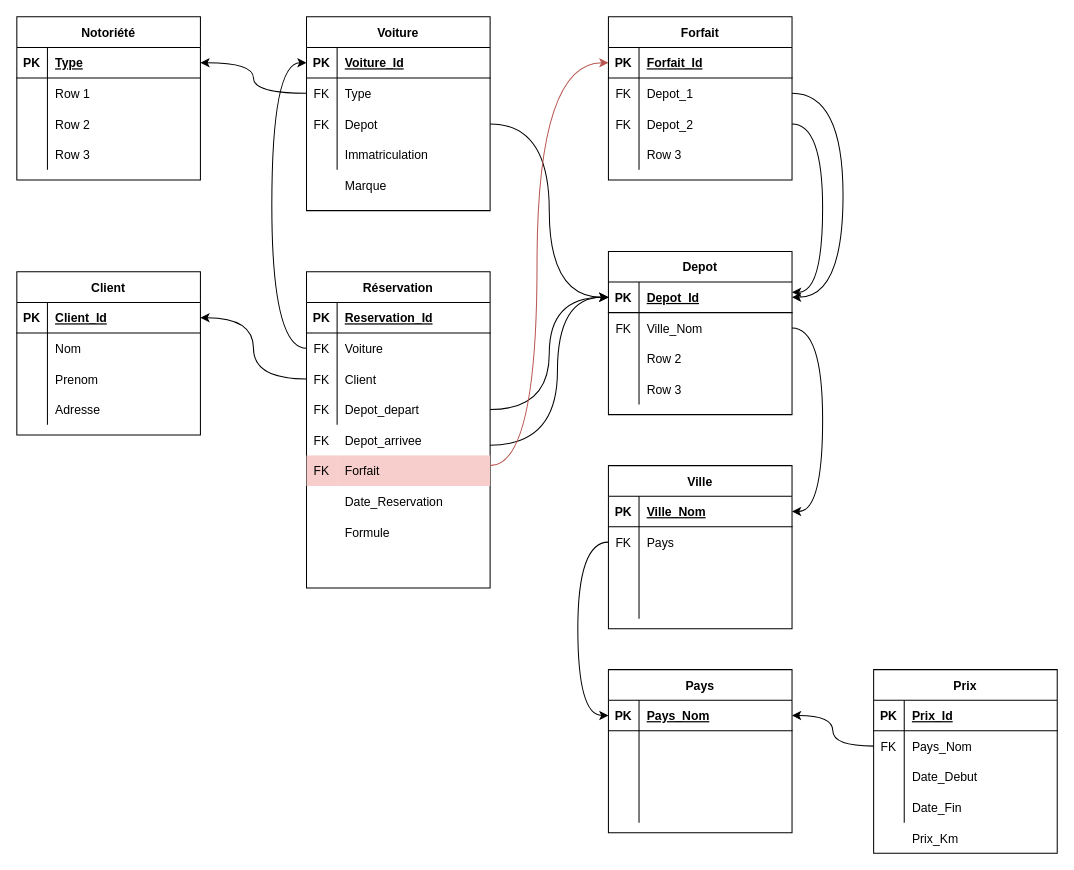
Before: Projet_Schema-relationnel.drawio in Djounna/Projet_developpement_RentACar, a draw.io diagram. Source tidied: cells renumbered, new cells numbered last; positions are measured from the earlier drawing's top-left corner, leaving out a move shared by most shapes. Both pictures are drawn from the tidied source at 102%, with x=0, y=0 at pixel (16, 16).
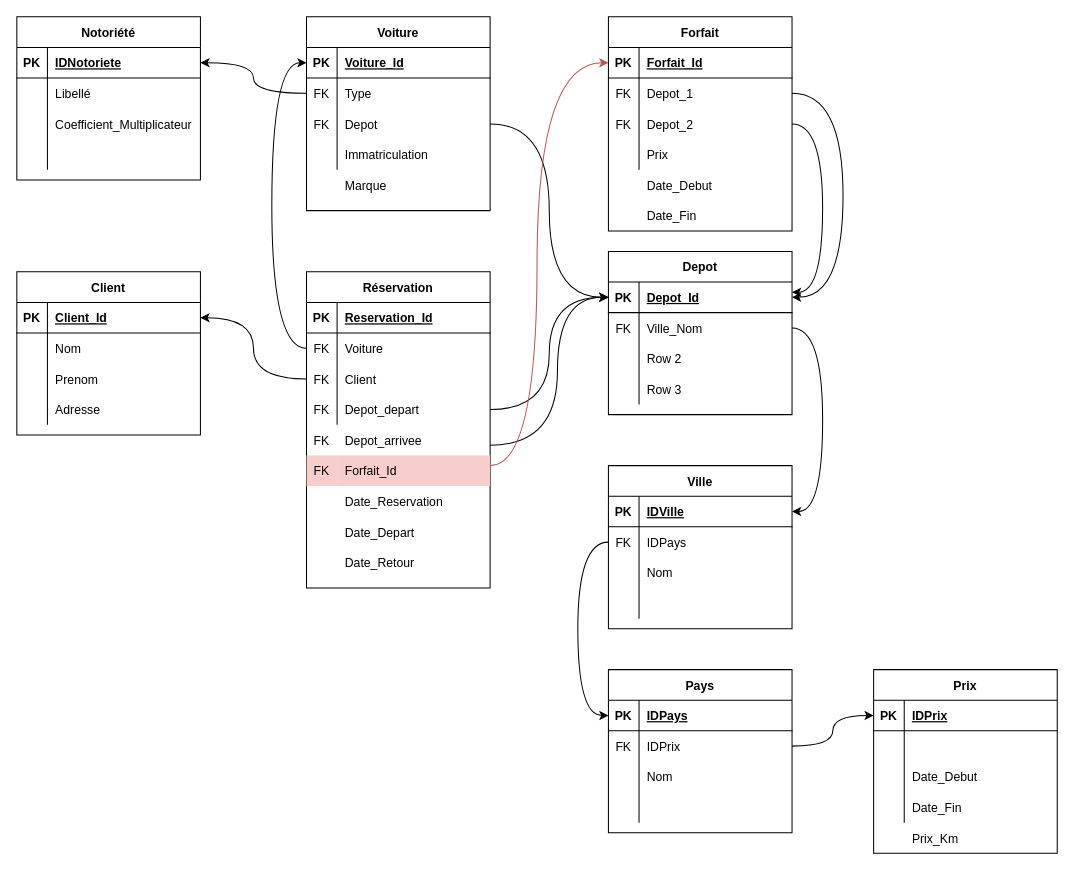
After the change.

Commit message:
modif Schema relationnel

Unchanged cells that the change refers to:
```xml
<mxCell id="3" style="shape=partialRectangle;fillColor=none;top=0;left=0;bottom=1;right=0;points=[[0,0.5],[1,0.5]];portConstraint=eastwest;" parent="2" vertex="1">
  <mxGeometry y="30" width="180" height="30" as="geometry" />
</mxCell>
<mxCell id="6" style="shape=partialRectangle;fillColor=none;top=0;left=0;bottom=0;right=0;" parent="2" vertex="1">
  <mxGeometry y="60" width="180" height="30" as="geometry" />
</mxCell>
<mxCell id="9" style="shape=partialRectangle;fillColor=none;top=0;left=0;bottom=0;right=0;" parent="2" vertex="1">
  <mxGeometry y="90" width="180" height="30" as="geometry" />
</mxCell>
<mxCell id="12" style="shape=partialRectangle;fillColor=none;top=0;left=0;bottom=0;right=0;" parent="2" vertex="1">
  <mxGeometry y="120" width="180" height="30" as="geometry" />
</mxCell>
<mxCell id="74" style="shape=partialRectangle;fillColor=none;top=0;left=0;bottom=1;right=0;points=[[0,0.5],[1,0.5]];portConstraint=eastwest;" parent="73" vertex="1">
  <mxGeometry y="30" width="180" height="30" as="geometry" />
</mxCell>
<mxCell id="77" style="shape=partialRectangle;fillColor=none;top=0;left=0;bottom=0;right=0;points=[[0,0.5],[1,0.5]];portConstraint=eastwest;" parent="73" vertex="1">
  <mxGeometry y="60" width="180" height="30" as="geometry" />
</mxCell>
<mxCell id="87" style="shape=partialRectangle;fillColor=none;top=0;left=0;bottom=1;right=0;points=[[0,0.5],[1,0.5]];portConstraint=eastwest;" parent="86" vertex="1">
  <mxGeometry y="30" width="180" height="30" as="geometry" />
</mxCell>
<mxCell id="90" style="shape=partialRectangle;fillColor=none;top=0;left=0;bottom=0;right=0;points=[[0,0.5],[1,0.5]];portConstraint=eastwest;" parent="86" vertex="1">
  <mxGeometry y="60" width="180" height="30" as="geometry" />
</mxCell>
<mxCell id="100" style="shape=partialRectangle;fillColor=none;top=0;left=0;bottom=1;right=0;points=[[0,0.5],[1,0.5]];portConstraint=eastwest;" parent="99" vertex="1">
  <mxGeometry y="30" width="180" height="30" as="geometry" />
</mxCell>
<mxCell id="103" style="shape=partialRectangle;fillColor=none;top=0;left=0;bottom=0;right=0;points=[[0,0.5],[1,0.5]];portConstraint=eastwest;" parent="99" vertex="1">
  <mxGeometry y="60" width="180" height="30" as="geometry" />
</mxCell>
<mxCell id="126" style="shape=partialRectangle;fillColor=none;top=0;left=0;bottom=0;right=0;" parent="116" vertex="1">
  <mxGeometry y="120" width="180" height="30" as="geometry" />
</mxCell>
```

What changed in the source:
```diff
@@
-    <mxCell id="5" value="Type" style="shape=partialRectangle;fillColor=none;top=0;left=0;bottom=0;right=0;align=left;spacingLeft=6;fontStyle=5;overflow=hidden;" parent="3" vertex="1">
+    <mxCell id="5" value="IDNotoriete" style="shape=partialRectangle;fillColor=none;top=0;left=0;bottom=0;right=0;align=left;spacingLeft=6;fontStyle=5;overflow=hidden;" parent="3" vertex="1">
       <mxGeometry x="30" width="150" height="30" as="geometry" />
     </mxCell>
@@
-    <mxCell id="8" value="Row 1" style="shape=partialRectangle;fillColor=none;top=0;left=0;bottom=0;right=0;align=left;spacingLeft=6;overflow=hidden;" parent="6" vertex="1">
+    <mxCell id="8" value="Libellé" style="shape=partialRectangle;fillColor=none;top=0;left=0;bottom=0;right=0;align=left;spacingLeft=6;overflow=hidden;" parent="6" vertex="1">
       <mxGeometry x="30" width="150" height="30" as="geometry" />
     </mxCell>
@@
-    <mxCell id="11" value="Row 2" style="shape=partialRectangle;fillColor=none;top=0;left=0;bottom=0;right=0;align=left;spacingLeft=6;overflow=hidden;" parent="9" vertex="1">
+    <mxCell id="11" value="Coefficient_Multiplicateur" style="shape=partialRectangle;fillColor=none;top=0;left=0;bottom=0;right=0;align=left;spacingLeft=6;overflow=hidden;" parent="9" vertex="1">
       <mxGeometry x="30" width="150" height="30" as="geometry" />
     </mxCell>
@@
-    <mxCell id="14" value="Row 3" style="shape=partialRectangle;fillColor=none;top=0;left=0;bottom=0;right=0;align=left;spacingLeft=6;overflow=hidden;" parent="12" vertex="1">
+    <mxCell id="14" style="shape=partialRectangle;fillColor=none;top=0;left=0;bottom=0;right=0;align=left;spacingLeft=6;overflow=hidden;" parent="12" vertex="1">
       <mxGeometry x="30" width="150" height="30" as="geometry" />
     </mxCell>
@@
-    <mxCell id="70" value="Forfait" style="shape=partialRectangle;fillColor=#f8cecc;top=0;left=0;bottom=0;right=0;align=left;spacingLeft=6;overflow=hidden;strokeColor=#b85450;" parent="1" vertex="1">
+    <mxCell id="70" value="Forfait_Id" style="shape=partialRectangle;fillColor=#f8cecc;top=0;left=0;bottom=0;right=0;align=left;spacingLeft=6;overflow=hidden;strokeColor=#b85450;" parent="1" vertex="1">
       <mxGeometry x="314" y="430" width="150" height="30" as="geometry" />
     </mxCell>
@@
-    <mxCell id="76" value="Ville_Nom" style="shape=partialRectangle;fillColor=none;top=0;left=0;bottom=0;right=0;align=left;spacingLeft=6;fontStyle=5;overflow=hidden;" parent="74" vertex="1">
+    <mxCell id="76" value="IDVille" style="shape=partialRectangle;fillColor=none;top=0;left=0;bottom=0;right=0;align=left;spacingLeft=6;fontStyle=5;overflow=hidden;" parent="74" vertex="1">
       <mxGeometry x="30" width="150" height="30" as="geometry" />
     </mxCell>
@@
-    <mxCell id="79" value="Pays" style="shape=partialRectangle;fillColor=none;top=0;left=0;bottom=0;right=0;align=left;spacingLeft=6;overflow=hidden;" parent="77" vertex="1">
+    <mxCell id="79" value="IDPays" style="shape=partialRectangle;fillColor=none;top=0;left=0;bottom=0;right=0;align=left;spacingLeft=6;overflow=hidden;" parent="77" vertex="1">
       <mxGeometry x="30" width="150" height="30" as="geometry" />
     </mxCell>
@@
-    <mxCell id="89" value="Pays_Nom" style="shape=partialRectangle;fillColor=none;top=0;left=0;bottom=0;right=0;align=left;spacingLeft=6;fontStyle=5;overflow=hidden;" parent="87" vertex="1">
+    <mxCell id="89" value="IDPays" style="shape=partialRectangle;fillColor=none;top=0;left=0;bottom=0;right=0;align=left;spacingLeft=6;fontStyle=5;overflow=hidden;" parent="87" vertex="1">
       <mxGeometry x="30" width="150" height="30" as="geometry" />
     </mxCell>
@@
-    <mxCell id="91" style="shape=partialRectangle;fillColor=none;top=0;left=0;bottom=0;right=0;overflow=hidden;" parent="90" vertex="1">
+    <mxCell id="91" value="FK" style="shape=partialRectangle;fillColor=none;top=0;left=0;bottom=0;right=0;overflow=hidden;" parent="90" vertex="1">
       <mxGeometry width="30" height="30" as="geometry" />
     </mxCell>
-    <mxCell id="92" style="shape=partialRectangle;fillColor=none;top=0;left=0;bottom=0;right=0;align=left;spacingLeft=6;overflow=hidden;" parent="90" vertex="1">
+    <mxCell id="92" value="IDPrix" style="shape=partialRectangle;fillColor=none;top=0;left=0;bottom=0;right=0;align=left;spacingLeft=6;overflow=hidden;" parent="90" vertex="1">
       <mxGeometry x="30" width="150" height="30" as="geometry" />
     </mxCell>
@@
-    <mxCell id="102" value="Prix_Id" style="shape=partialRectangle;fillColor=none;top=0;left=0;bottom=0;right=0;align=left;spacingLeft=6;fontStyle=5;overflow=hidden;" parent="100" vertex="1">
+    <mxCell id="102" value="IDPrix" style="shape=partialRectangle;fillColor=none;top=0;left=0;bottom=0;right=0;align=left;spacingLeft=6;fontStyle=5;overflow=hidden;" parent="100" vertex="1">
       <mxGeometry x="30" width="150" height="30" as="geometry" />
     </mxCell>
@@
-    <mxCell id="104" value="FK" style="shape=partialRectangle;fillColor=none;top=0;left=0;bottom=0;right=0;overflow=hidden;" parent="103" vertex="1">
+    <mxCell id="104" style="shape=partialRectangle;fillColor=none;top=0;left=0;bottom=0;right=0;overflow=hidden;" parent="103" vertex="1">
       <mxGeometry width="30" height="30" as="geometry" />
     </mxCell>
-    <mxCell id="105" value="Pays_Nom" style="shape=partialRectangle;fillColor=none;top=0;left=0;bottom=0;right=0;align=left;spacingLeft=6;overflow=hidden;" parent="103" vertex="1">
+    <mxCell id="105" style="shape=partialRectangle;fillColor=none;top=0;left=0;bottom=0;right=0;align=left;spacingLeft=6;overflow=hidden;" parent="103" vertex="1">
       <mxGeometry x="30" width="150" height="30" as="geometry" />
     </mxCell>
@@
-    <mxCell id="113" style="edgeStyle=orthogonalEdgeStyle;rounded=0;jettySize=auto;html=1;exitX=0;exitY=0.5;exitDx=0;exitDy=0;entryX=1;entryY=0.5;entryDx=0;entryDy=0;curved=1;" parent="1" edge="1" source="103" target="87">
-      <mxGeometry relative="1" as="geometry" />
-    </mxCell>
@@
     <mxCell id="116" value="Forfait" style="shape=table;startSize=30;childLayout=tableLayout;rowLines=0;fontStyle=1;align=center;" parent="1" vertex="1">
-      <mxGeometry x="580" width="180" height="160" as="geometry" />
+      <mxGeometry x="580" width="180" height="210" as="geometry" />
     </mxCell>
@@
-    <mxCell id="128" value="Row 3" style="shape=partialRectangle;fillColor=none;top=0;left=0;bottom=0;right=0;align=left;spacingLeft=6;overflow=hidden;" parent="126" vertex="1">
+    <mxCell id="128" value="Prix" style="shape=partialRectangle;fillColor=none;top=0;left=0;bottom=0;right=0;align=left;spacingLeft=6;overflow=hidden;" parent="126" vertex="1">
       <mxGeometry x="30" width="150" height="30" as="geometry" />
     </mxCell>
@@
-    <mxCell id="138" value="Formule" style="shape=partialRectangle;fillColor=none;top=0;left=0;bottom=0;right=0;align=left;spacingLeft=6;overflow=hidden;" parent="1" vertex="1">
-      <mxGeometry x="314" y="490" width="150" height="30" as="geometry" />
-    </mxCell>
+    <mxCell id="139" value="Date_Debut" style="shape=partialRectangle;fillColor=none;top=0;left=0;bottom=0;right=0;align=left;spacingLeft=6;overflow=hidden;" parent="1" vertex="1">
+      <mxGeometry x="610" y="150" width="150" height="30" as="geometry" />
+    </mxCell>
+    <mxCell id="140" value="Date_Fin" style="shape=partialRectangle;fillColor=none;top=0;left=0;bottom=0;right=0;align=left;spacingLeft=6;overflow=hidden;" parent="1" vertex="1">
+      <mxGeometry x="610" y="180" width="150" height="30" as="geometry" />
+    </mxCell>
+    <mxCell id="141" value="Date_Depart" style="shape=partialRectangle;fillColor=none;top=0;left=0;bottom=0;right=0;align=left;spacingLeft=6;overflow=hidden;" parent="1" vertex="1">
+      <mxGeometry x="314" y="490" width="150" height="30" as="geometry" />
+    </mxCell>
+    <mxCell id="142" value="Date_Retour" style="shape=partialRectangle;fillColor=none;top=0;left=0;bottom=0;right=0;align=left;spacingLeft=6;overflow=hidden;" parent="1" vertex="1">
+      <mxGeometry x="314" y="520" width="150" height="30" as="geometry" />
+    </mxCell>
+    <mxCell id="143" value="Nom" style="shape=partialRectangle;fillColor=none;top=0;left=0;bottom=0;right=0;align=left;spacingLeft=6;overflow=hidden;" parent="1" vertex="1">
+      <mxGeometry x="610" y="530" width="150" height="30" as="geometry" />
+    </mxCell>
+    <mxCell id="113" style="edgeStyle=orthogonalEdgeStyle;rounded=0;jettySize=auto;html=1;exitX=1;exitY=0.5;exitDx=0;exitDy=0;entryX=0;entryY=0.5;entryDx=0;entryDy=0;curved=1;" parent="1" edge="1" source="90" target="100">
+      <mxGeometry relative="1" as="geometry" />
+    </mxCell>
+    <mxCell id="144" value="Nom" style="shape=partialRectangle;fillColor=none;top=0;left=0;bottom=0;right=0;align=left;spacingLeft=6;overflow=hidden;" parent="1" vertex="1">
+      <mxGeometry x="610" y="730" width="150" height="30" as="geometry" />
+    </mxCell>
```
